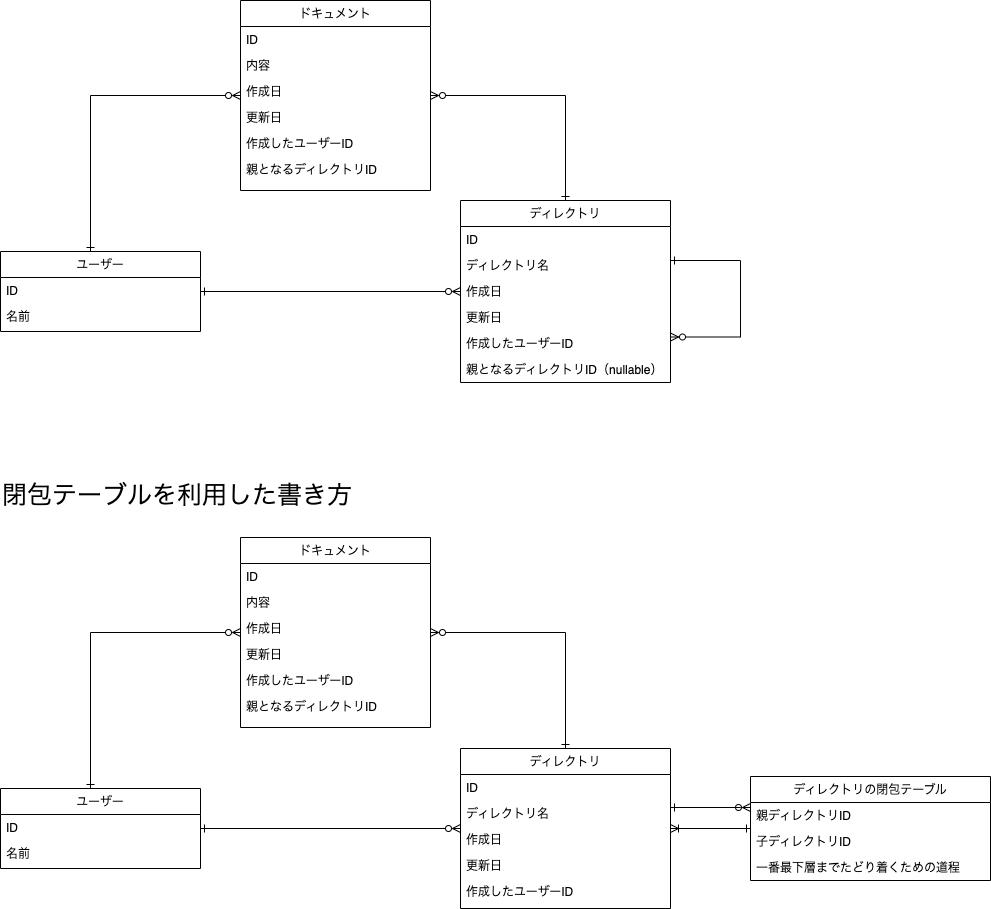
The draw.io diagram db/db-modeling-3/DB3 Diagram task1.drawio.png in yuikoito/PrAhaChallenge, before a commit. Source tidied: cells renumbered, new cells last; positions are measured from the earlier drawing's top-left corner, leaving out a move shared by most shapes.
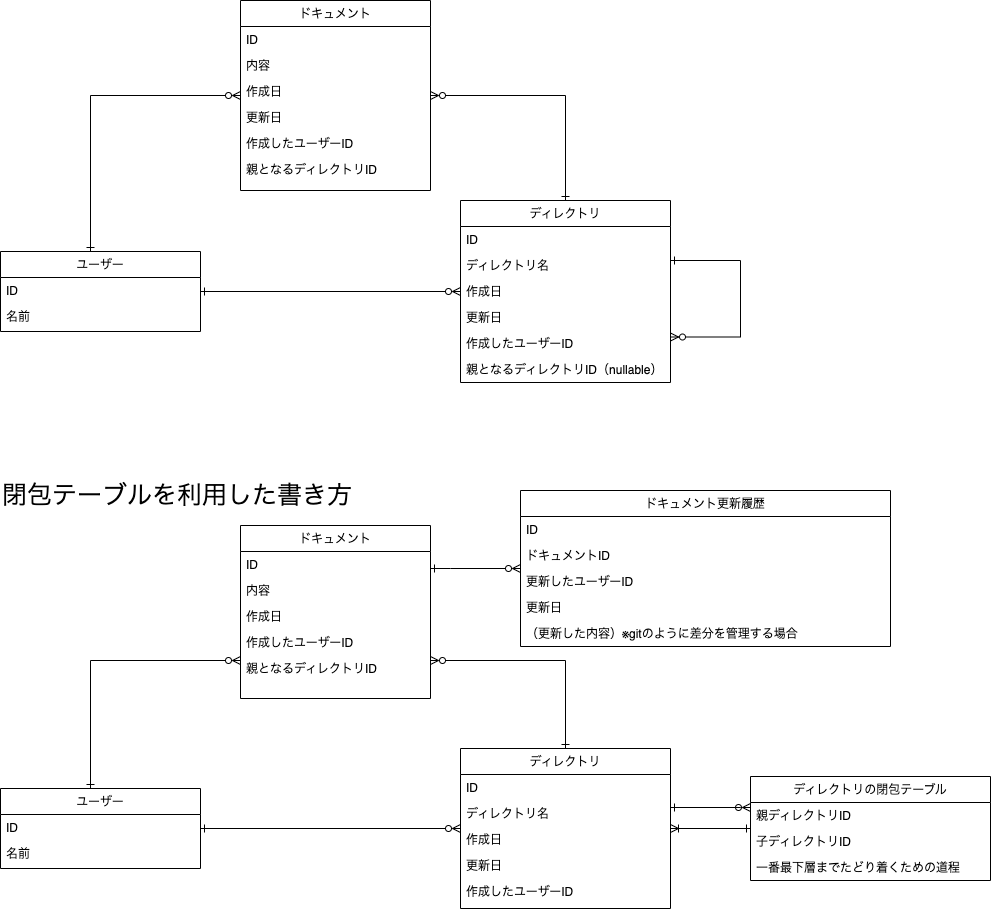
After the change.

What changed in the source:
```diff
@@ -80,7 +80,7 @@
     <mxCell id="24" style="edgeStyle=orthogonalEdgeStyle;rounded=0;jettySize=auto;html=1;startArrow=ERone;startFill=0;endArrow=ERzeroToMany;endFill=0;" parent="1" edge="1" source="25" target="29">
       <mxGeometry relative="1" as="geometry">
         <Array as="points">
-          <mxPoint x="90" y="632" />
+          <mxPoint x="90" y="660" />
         </Array>
       </mxGeometry>
     </mxCell>
@@ -94,10 +94,14 @@
       <mxGeometry y="52" width="200" height="26" as="geometry" />
     </mxCell>
     <mxCell id="28" style="edgeStyle=orthogonalEdgeStyle;rounded=0;jettySize=auto;html=1;startArrow=ERzeroToMany;startFill=0;endArrow=ERone;endFill=0;" parent="1" edge="1" source="29" target="37">
-      <mxGeometry relative="1" as="geometry" />
+      <mxGeometry relative="1" as="geometry">
+        <Array as="points">
+          <mxPoint x="565" y="660" />
+        </Array>
+      </mxGeometry>
     </mxCell>
     <mxCell id="29" value="ドキュメント" style="swimlane;fontStyle=0;align=center;verticalAlign=top;horizontal=1;startSize=26;rounded=0;shadow=0;strokeWidth=1;" parent="1" vertex="1">
-      <mxGeometry x="240" y="537" width="190" height="190" as="geometry" />
+      <mxGeometry x="240" y="525" width="190" height="173" as="geometry" />
     </mxCell>
     <mxCell id="30" value="ID" style="text;align=left;verticalAlign=top;spacingLeft=4;spacingRight=4;overflow=hidden;" parent="29" vertex="1">
       <mxGeometry y="26" width="190" height="26" as="geometry" />
@@ -108,14 +112,11 @@
     <mxCell id="32" value="作成日" style="text;align=left;verticalAlign=top;spacingLeft=4;spacingRight=4;overflow=hidden;rounded=0;shadow=0;html=0;" parent="29" vertex="1">
       <mxGeometry y="78" width="190" height="26" as="geometry" />
     </mxCell>
-    <mxCell id="33" value="更新日&#10;" style="text;align=left;verticalAlign=top;spacingLeft=4;spacingRight=4;overflow=hidden;rounded=0;shadow=0;html=0;" parent="29" vertex="1">
-      <mxGeometry y="104" width="190" height="26" as="geometry" />
-    </mxCell>
     <mxCell id="34" value="作成したユーザーID" style="text;align=left;verticalAlign=top;spacingLeft=4;spacingRight=4;overflow=hidden;" parent="29" vertex="1">
-      <mxGeometry y="130" width="190" height="26" as="geometry" />
+      <mxGeometry y="104" width="190" height="26" as="geometry" />
     </mxCell>
     <mxCell id="35" value="親となるディレクトリID" style="text;align=left;verticalAlign=top;spacingLeft=4;spacingRight=4;overflow=hidden;" parent="29" vertex="1">
-      <mxGeometry y="156" width="190" height="30" as="geometry" />
+      <mxGeometry y="130" width="190" height="30" as="geometry" />
     </mxCell>
     <mxCell id="36" style="edgeStyle=orthogonalEdgeStyle;rounded=0;jettySize=auto;html=1;startArrow=ERone;startFill=0;endArrow=ERzeroToMany;endFill=0;" parent="1" edge="1" source="37" target="44">
       <mxGeometry relative="1" as="geometry">
@@ -161,5 +162,31 @@
     <mxCell id="48" value="閉包テーブルを利用した書き方" style="text;html=1;strokeColor=none;fillColor=none;align=left;verticalAlign=middle;whiteSpace=wrap;rounded=0;fontSize=25;" parent="1" vertex="1">
       <mxGeometry y="480" width="370" height="30" as="geometry" />
     </mxCell>
+    <mxCell id="49" style="edgeStyle=orthogonalEdgeStyle;rounded=0;jettySize=auto;html=1;startArrow=ERzeroToMany;startFill=0;endArrow=ERone;endFill=0;" parent="1" edge="1" source="50" target="29">
+      <mxGeometry relative="1" as="geometry">
+        <Array as="points">
+          <mxPoint x="450" y="568" />
+          <mxPoint x="450" y="568" />
+        </Array>
+      </mxGeometry>
+    </mxCell>
+    <mxCell id="50" value="ドキュメント更新履歴" style="swimlane;fontStyle=0;align=center;verticalAlign=top;horizontal=1;startSize=26;rounded=0;shadow=0;strokeWidth=1;" parent="1" vertex="1">
+      <mxGeometry x="520" y="490" width="370" height="156" as="geometry" />
+    </mxCell>
+    <mxCell id="51" value="ID" style="text;align=left;verticalAlign=top;spacingLeft=4;spacingRight=4;overflow=hidden;" parent="50" vertex="1">
+      <mxGeometry y="26" width="370" height="26" as="geometry" />
+    </mxCell>
+    <mxCell id="52" value="ドキュメントID" style="text;align=left;verticalAlign=top;spacingLeft=4;spacingRight=4;overflow=hidden;" parent="50" vertex="1">
+      <mxGeometry y="52" width="370" height="26" as="geometry" />
+    </mxCell>
+    <mxCell id="53" value="更新したユーザーID" style="text;align=left;verticalAlign=top;spacingLeft=4;spacingRight=4;overflow=hidden;rounded=0;shadow=0;html=0;" parent="50" vertex="1">
+      <mxGeometry y="78" width="370" height="26" as="geometry" />
+    </mxCell>
+    <mxCell id="33" value="更新日" style="text;align=left;verticalAlign=top;spacingLeft=4;spacingRight=4;overflow=hidden;rounded=0;shadow=0;html=0;" parent="50" vertex="1">
+      <mxGeometry y="104" width="370" height="26" as="geometry" />
+    </mxCell>
+    <mxCell id="54" value="（更新した内容）※gitのように差分を管理する場合" style="text;align=left;verticalAlign=top;spacingLeft=4;spacingRight=4;overflow=hidden;rounded=0;shadow=0;html=0;" parent="50" vertex="1">
+      <mxGeometry y="130" width="370" height="26" as="geometry" />
+    </mxCell>
   </root>
 </mxGraphModel>
```
